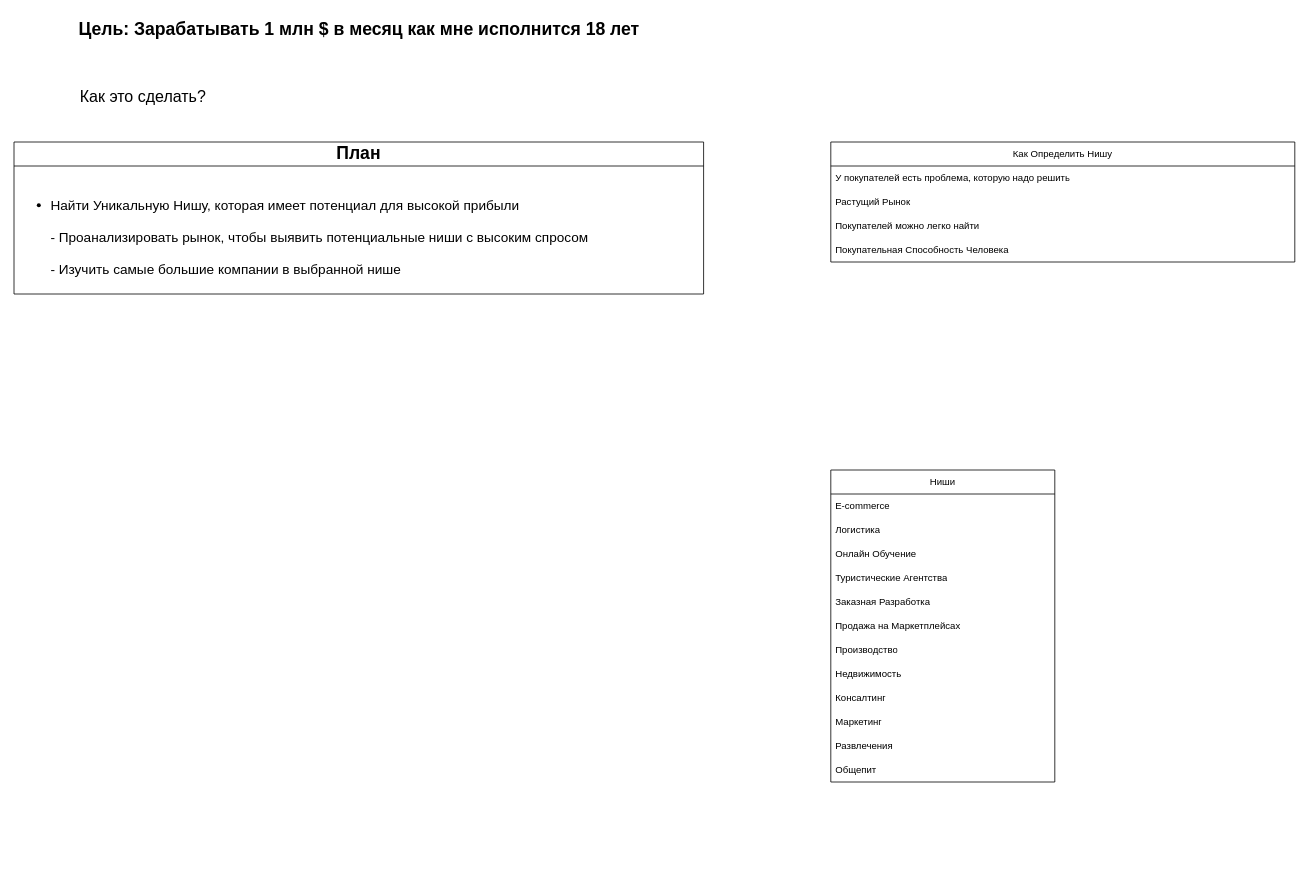
Earlier version of the draw.io diagram Мой Бизнес.drawio (3Noleve/drawio-diagrams). Source tidied: cells renumbered, new cells numbered last; positions are measured from the earlier drawing's top-left corner, leaving out a move shared by most shapes. Both pictures are drawn from the tidied source at 80%, with x=0, y=0 at pixel (14, 14).
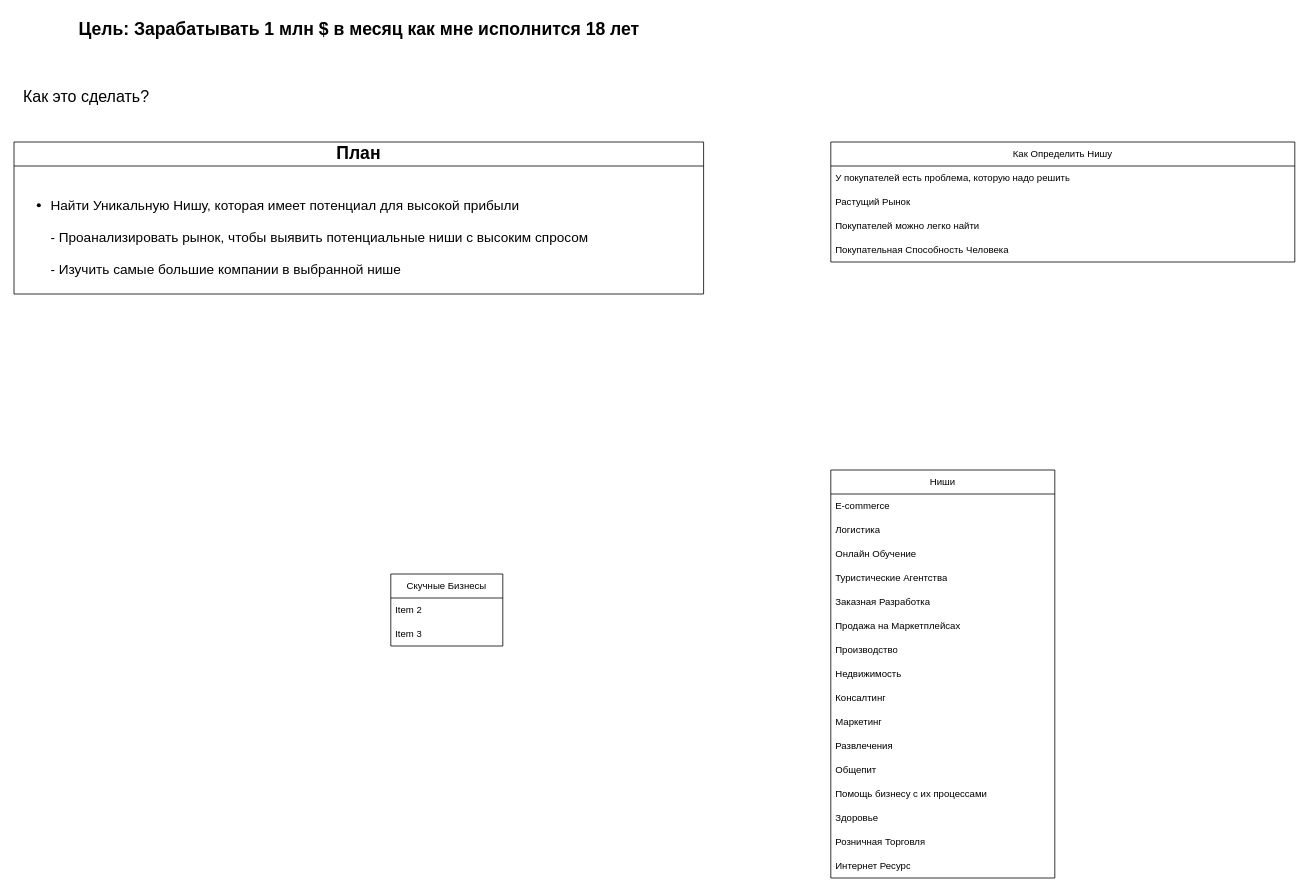
The same diagram, later.

Change to the diagram source:
```diff
@@
     <mxCell id="3" value="&lt;font style=&quot;font-size: 20px;&quot;&gt;Как это сделать?&lt;/font&gt;" style="text;html=1;align=center;verticalAlign=middle;strokeColor=none;fillColor=none;" parent="1" vertex="1">
-      <mxGeometry x="71" y="83" width="180" height="40" as="geometry" />
+      <mxGeometry y="83" width="180" height="40" as="geometry" />
     </mxCell>
@@
     <mxCell id="11" value="Ниши" style="swimlane;fontStyle=0;horizontal=1;startSize=30;whiteSpace=wrap;html=1;" parent="1" vertex="1">
-      <mxGeometry x="1021" y="570" width="280" height="390" as="geometry" />
+      <mxGeometry x="1021" y="570" width="280" height="510" as="geometry" />
     </mxCell>
@@
+    <mxCell id="24" value="Помощь бизнесу с их процессами" style="text;strokeColor=none;fillColor=none;align=left;verticalAlign=middle;spacingLeft=4;spacingRight=4;overflow=hidden;whiteSpace=wrap;html=1;" parent="11" vertex="1">
+      <mxGeometry y="390" width="280" height="30" as="geometry" />
+    </mxCell>
+    <mxCell id="25" value="Здоровье" style="text;strokeColor=none;fillColor=none;align=left;verticalAlign=middle;spacingLeft=4;spacingRight=4;overflow=hidden;whiteSpace=wrap;html=1;" parent="11" vertex="1">
+      <mxGeometry y="420" width="280" height="30" as="geometry" />
+    </mxCell>
+    <mxCell id="26" value="Розничная Торговля" style="text;strokeColor=none;fillColor=none;align=left;verticalAlign=middle;spacingLeft=4;spacingRight=4;overflow=hidden;whiteSpace=wrap;html=1;" parent="11" vertex="1">
+      <mxGeometry y="450" width="280" height="30" as="geometry" />
+    </mxCell>
+    <mxCell id="27" value="Интернет Ресурс" style="text;strokeColor=none;fillColor=none;align=left;verticalAlign=middle;spacingLeft=4;spacingRight=4;overflow=hidden;whiteSpace=wrap;html=1;" parent="11" vertex="1">
+      <mxGeometry y="480" width="280" height="30" as="geometry" />
+    </mxCell>
+    <mxCell id="28" value="Скучные Бизнесы" style="swimlane;fontStyle=0;horizontal=1;startSize=30;whiteSpace=wrap;html=1;" parent="1" vertex="1">
+      <mxGeometry x="471" y="700" width="140" height="90" as="geometry" />
+    </mxCell>
+    <mxCell id="29" value="Item 2" style="text;strokeColor=none;fillColor=none;align=left;verticalAlign=middle;spacingLeft=4;spacingRight=4;overflow=hidden;whiteSpace=wrap;html=1;" parent="28" vertex="1">
+      <mxGeometry y="30" width="140" height="30" as="geometry" />
+    </mxCell>
+    <mxCell id="30" value="Item 3" style="text;strokeColor=none;fillColor=none;align=left;verticalAlign=middle;spacingLeft=4;spacingRight=4;overflow=hidden;whiteSpace=wrap;html=1;" parent="28" vertex="1">
+      <mxGeometry y="60" width="140" height="30" as="geometry" />
+    </mxCell>
```
